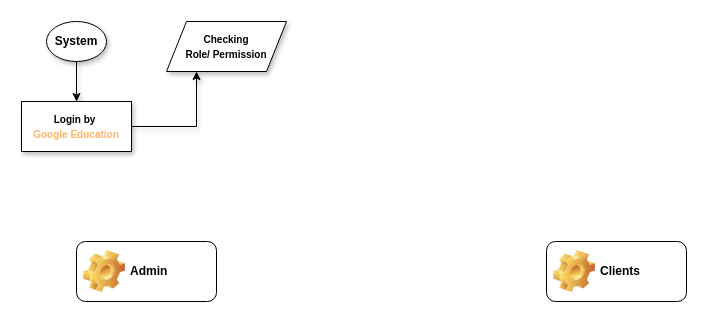
This is ConclusionsManaged.drawio from Flax22/Flax22, a draw.io file, before an edit. Source tidied: cells renumbered, new cells numbered last; positions are measured from the earlier drawing's top-left corner, leaving out a move shared by most shapes. Both pictures are drawn from the tidied source at 100%, with x=0, y=0 at pixel (21, 21).
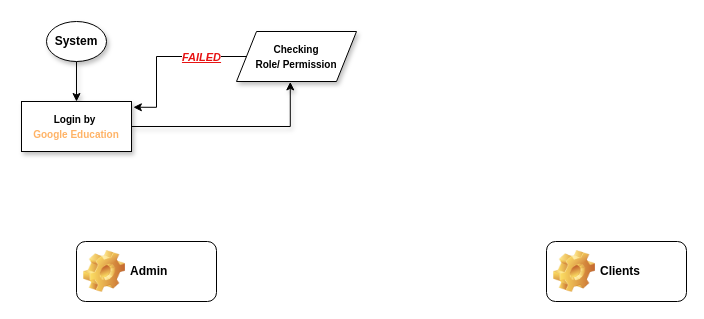
Above is the later version.

What changed in the source:
```diff
@@
 <mxGraphModel>
   <root>
     <mxCell id="0" />
     <mxCell id="1" parent="0" />
     <mxCell id="2" style="edgeStyle=orthogonalEdgeStyle;rounded=0;jettySize=auto;html=1;exitX=0.5;exitY=1;exitDx=0;exitDy=0;entryX=0.5;entryY=0;entryDx=0;entryDy=0;shadow=1;" parent="1" edge="1" source="3" target="5">
       <mxGeometry relative="1" as="geometry" />
     </mxCell>
     <mxCell id="3" value="&lt;b&gt;System&lt;/b&gt;" style="ellipse;whiteSpace=wrap;html=1;shadow=1;" parent="1" vertex="1">
       <mxGeometry x="25" width="60" height="40" as="geometry" />
     </mxCell>
-    <mxCell id="4" style="edgeStyle=orthogonalEdgeStyle;rounded=0;jettySize=auto;html=1;exitX=1;exitY=0.5;exitDx=0;exitDy=0;entryX=0.25;entryY=1;entryDx=0;entryDy=0;shadow=1;" parent="1" edge="1" source="5" target="6">
+    <mxCell id="4" style="edgeStyle=orthogonalEdgeStyle;rounded=0;jettySize=auto;html=1;exitX=1;exitY=0.5;exitDx=0;exitDy=0;entryX=0.448;entryY=1.008;entryDx=0;entryDy=0;shadow=1;entryPerimeter=0;" parent="1" edge="1" source="5" target="6">
       <mxGeometry relative="1" as="geometry" />
     </mxCell>
     <mxCell id="5" value="&lt;b&gt;&lt;font style=&quot;font-size: 10px;&quot;&gt;Login by&amp;nbsp;&lt;/font&gt;&lt;/b&gt;&lt;div&gt;&lt;b&gt;&lt;font style=&quot;font-size: 10px; color: rgb(255, 179, 102);&quot;&gt;Google Education&lt;/font&gt;&lt;/b&gt;&lt;/div&gt;" style="shape=process;whiteSpace=wrap;html=1;backgroundOutline=1;size=0;shadow=1;" parent="1" vertex="1">
       <mxGeometry y="80" width="110" height="50" as="geometry" />
     </mxCell>
     <mxCell id="6" value="&lt;b&gt;&lt;font style=&quot;font-size: 10px;&quot;&gt;Checking&lt;/font&gt;&lt;/b&gt;&lt;div&gt;&lt;b&gt;&lt;font style=&quot;font-size: 10px;&quot;&gt;Role/ Permission&lt;/font&gt;&lt;/b&gt;&lt;/div&gt;" style="shape=parallelogram;perimeter=parallelogramPerimeter;whiteSpace=wrap;html=1;fixedSize=1;shadow=1;" parent="1" vertex="1">
-      <mxGeometry x="145" width="120" height="50" as="geometry" />
+      <mxGeometry x="215" y="10" width="120" height="50" as="geometry" />
     </mxCell>
     <mxCell id="7" value="Admin" style="label;whiteSpace=wrap;html=1;image=img/clipart/Gear_128x128.png;" parent="1" vertex="1">
       <mxGeometry x="55" y="220" width="140" height="60" as="geometry" />
     </mxCell>
     <mxCell id="8" value="Clients" style="label;whiteSpace=wrap;html=1;image=img/clipart/Gear_128x128.png;" parent="1" vertex="1">
       <mxGeometry x="525" y="220" width="140" height="60" as="geometry" />
     </mxCell>
+    <mxCell id="9" style="endArrow=classic;html=1;rounded=0;entryX=1.017;entryY=0.115;entryDx=0;entryDy=0;entryPerimeter=0;edgeStyle=orthogonalEdgeStyle;" parent="1" edge="1" source="6" target="5">
+      <mxGeometry relative="1" as="geometry">
+        <Array as="points">
+          <mxPoint x="135" y="35" />
+          <mxPoint x="135" y="86" />
+        </Array>
+      </mxGeometry>
+    </mxCell>
+    <mxCell id="10" value="&lt;b&gt;&lt;i&gt;&lt;u&gt;FAILED&lt;/u&gt;&lt;/i&gt;&lt;/b&gt;" style="edgeLabel;html=1;align=center;verticalAlign=middle;fontColor=light-dark(#e71313, #ededed);" parent="9" vertex="1">
+      <mxGeometry relative="1" as="geometry">
+        <mxPoint x="36" as="offset" />
+      </mxGeometry>
+    </mxCell>
   </root>
 </mxGraphModel>
```
